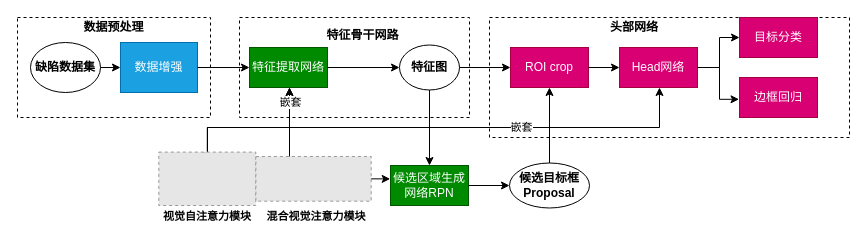
Before: 基于注意力机制的塔杆本体缺陷检测.drawio in paleblackless/diagrams, a draw.io diagram. Source tidied: cells renumbered, new cells numbered last; positions are measured from the earlier drawing's top-left corner, leaving out a move shared by most shapes. Both pictures are drawn from the tidied source at 100%, with x=0, y=0 at pixel (17, 17). Pictures stored in the file or linked from it are replaced by grey dashed boxes.
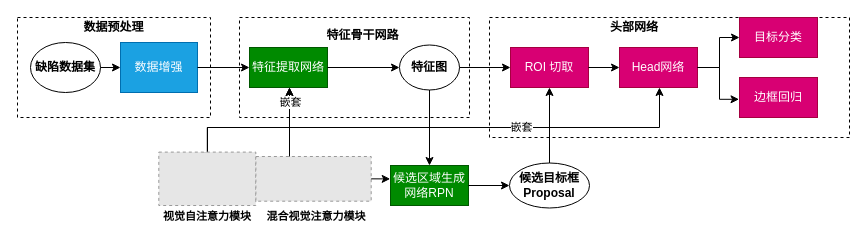
The same diagram, later.

Commit message:
更新基于注意力机制的塔杆本体缺陷检测.drawio

The change refers to these unchanged cells:
```xml
<mxCell id="2" style="group;" parent="1" vertex="1">
  <mxGeometry width="832" height="210" as="geometry" />
</mxCell>
```

What changed in the source:
```diff
@@
-    <mxCell id="30" value="ROI crop" style="rounded=0;whiteSpace=wrap;html=1;fillColor=#d80073;strokeColor=#A50040;fontColor=#ffffff;" parent="2" vertex="1">
+    <mxCell id="30" value="ROI 切取" style="rounded=0;whiteSpace=wrap;html=1;fillColor=#d80073;strokeColor=#A50040;fontColor=#ffffff;" parent="2" vertex="1">
       <mxGeometry x="493" y="30" width="78" height="40" as="geometry" />
     </mxCell>
```
